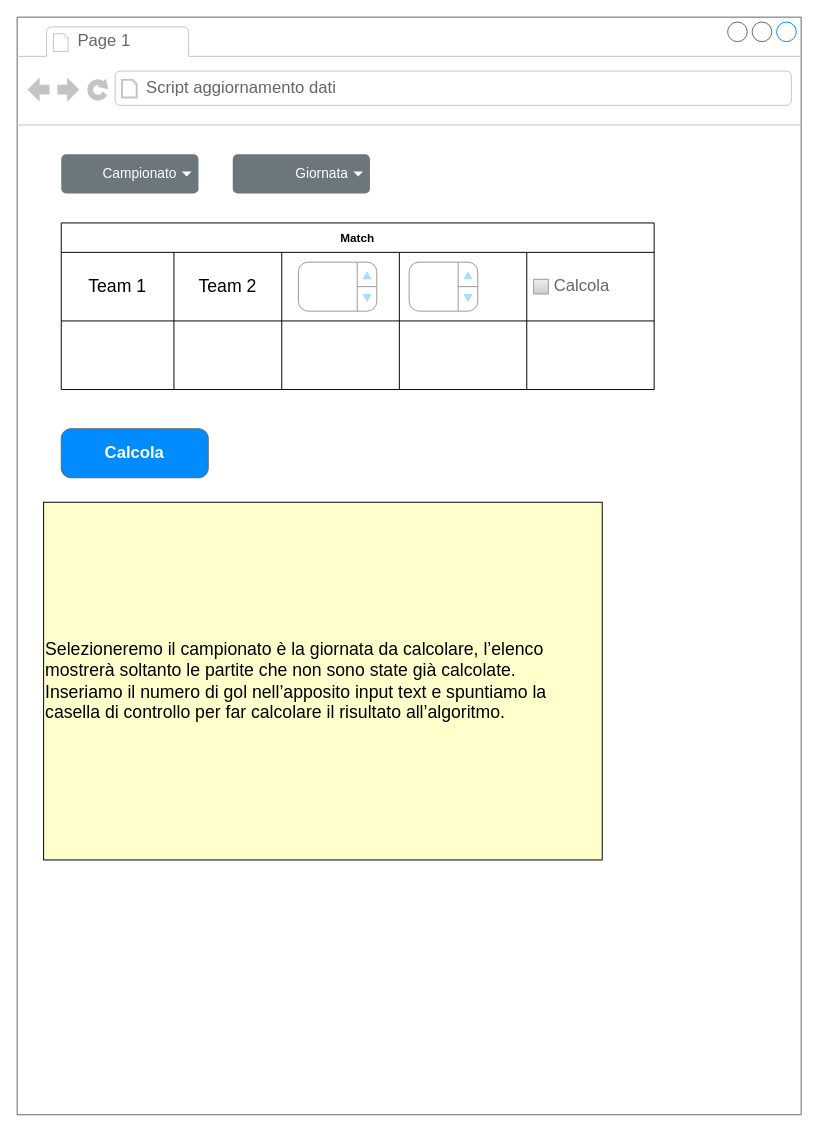
Earlier version of the draw.io diagram .devcontainer/Untitled Diagram.drawio (pluplus90/vscode-remote-try-node). Source tidied: cells renumbered, new cells numbered last; positions are measured from the earlier drawing's top-left corner, leaving out a move shared by most shapes. Both pictures are drawn from the tidied source at 98%, with x=0, y=0 at pixel (17, 17).
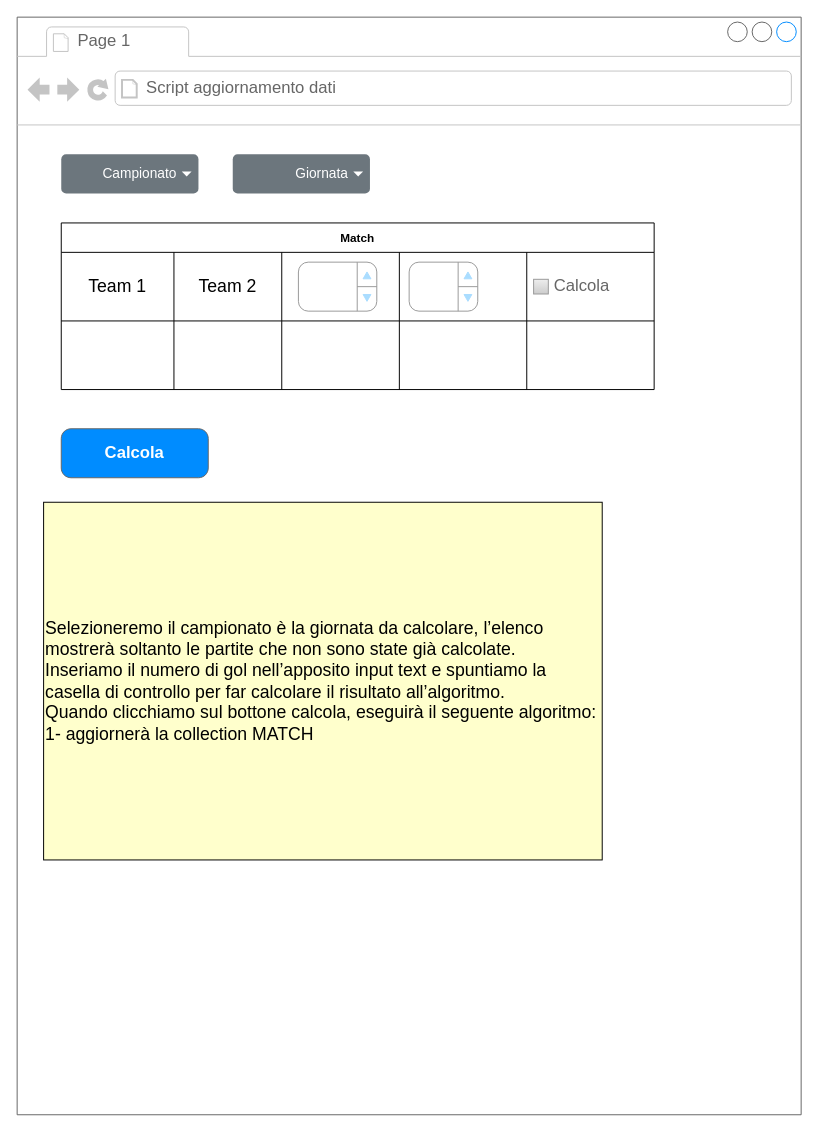
The same page after the edit.

The change refers to these unchanged cells:
```xml
<mxCell id="2" style="strokeWidth=1;shadow=0;dashed=0;align=center;html=1;shape=mxgraph.mockup.containers.browserWindow;rSize=0;strokeColor=#666666;strokeColor2=#008cff;strokeColor3=#c4c4c4;mainText=,;" parent="1" vertex="1">
  <mxGeometry width="800" height="1120" as="geometry" />
</mxCell>
```

Change to the diagram source:
```diff
@@
-    <mxCell id="26" value="Selezioneremo il campionato è la giornata da calcolare, l’elenco mostrerà soltanto le partite che non sono state già calcolate.&lt;br&gt;Inseriamo il numero di gol nell’apposito input text e spuntiamo la casella di controllo per far calcolare il risultato all’algoritmo.&lt;br&gt;" style="rounded=0;whiteSpace=wrap;html=1;fontSize=18;fillColor=#FFFFCC;align=left;" parent="2" vertex="1">
+    <mxCell id="26" value="Selezioneremo il campionato è la giornata da calcolare, l’elenco mostrerà soltanto le partite che non sono state già calcolate.&lt;br&gt;Inseriamo il numero di gol nell’apposito input text e spuntiamo la casella di controllo per far calcolare il risultato all’algoritmo.&lt;br&gt;Quando clicchiamo sul bottone calcola, eseguirà il seguente algoritmo:&lt;br&gt;1- aggiornerà la collection MATCH&amp;nbsp;" style="rounded=0;whiteSpace=wrap;html=1;fontSize=18;fillColor=#FFFFCC;align=left;" parent="2" vertex="1">
       <mxGeometry x="27" y="495" width="570" height="365" as="geometry" />
     </mxCell>
```
